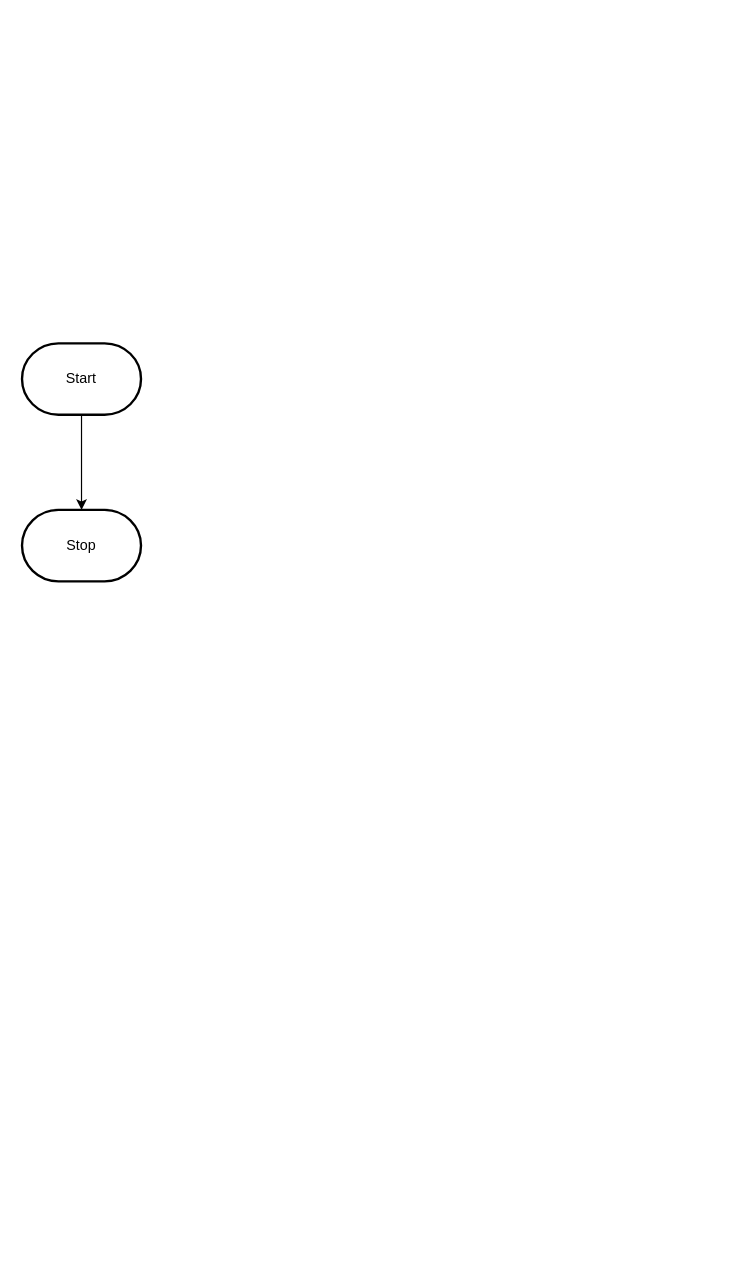
Above: design/flowchart.drawio in MTHS-ICD2O-1-2023/ICD2O-Assignment-06-tymofii-stepanov (draw.io), before the change. Source tidied: cells renumbered, new cells numbered last; positions are measured from the earlier drawing's top-left corner, leaving out a move shared by most shapes. Both pictures are drawn from the tidied source at 119%, with x=0, y=0 at pixel (21, 343).
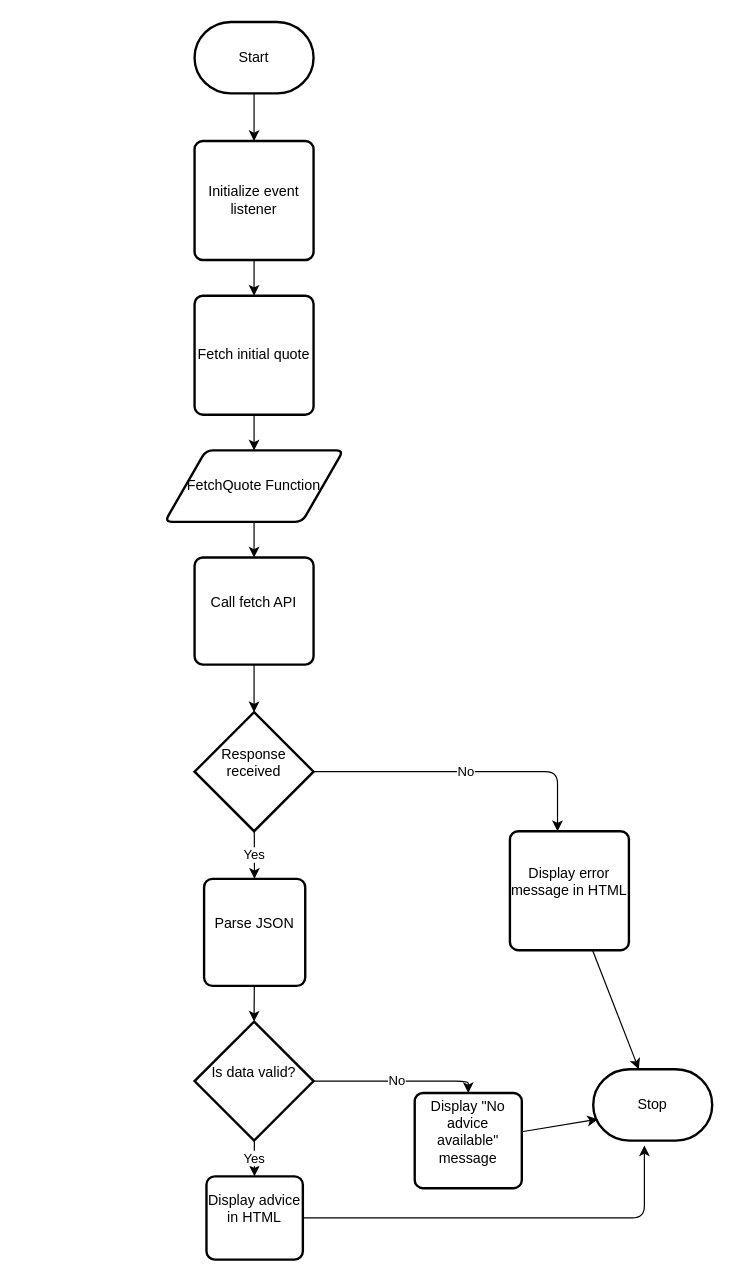
After the change.

The edit, as a diff of the source:
```diff
@@
-    <mxCell id="2" style="edgeStyle=orthogonalEdgeStyle;html=1;rounded=0;" parent="1" edge="1" source="3" target="4">
-      <mxGeometry relative="1" as="geometry" />
-    </mxCell>
+    <mxCell id="5" style="edgeStyle=none;html=1;" parent="1" edge="1" source="3" target="2">
+      <mxGeometry relative="1" as="geometry" />
+    </mxCell>
     <mxCell id="3" value="Start" style="strokeWidth=2;html=1;shape=mxgraph.flowchart.terminator;whiteSpace=wrap;" parent="1" vertex="1">
-      <mxGeometry width="100" height="60" as="geometry" />
+      <mxGeometry x="145" y="-270" width="100" height="60" as="geometry" />
     </mxCell>
     <mxCell id="4" value="Stop" style="strokeWidth=2;html=1;shape=mxgraph.flowchart.terminator;whiteSpace=wrap;" parent="1" vertex="1">
-      <mxGeometry y="140" width="100" height="60" as="geometry" />
+      <mxGeometry x="480" y="610" width="100" height="60" as="geometry" />
     </mxCell>
+    <mxCell id="6" style="edgeStyle=none;html=1;" parent="1" edge="1" source="2" target="8">
+      <mxGeometry relative="1" as="geometry" />
+    </mxCell>
+    <mxCell id="2" value="Initialize event listener" style="rounded=1;whiteSpace=wrap;html=1;absoluteArcSize=1;arcSize=14;strokeWidth=2;" parent="1" vertex="1">
+      <mxGeometry x="145" y="-170" width="100" height="100" as="geometry" />
+    </mxCell>
+    <mxCell id="7" style="edgeStyle=none;html=1;entryX=0.5;entryY=0;entryDx=0;entryDy=0;" parent="1" edge="1" source="8" target="10">
+      <mxGeometry relative="1" as="geometry" />
+    </mxCell>
+    <mxCell id="8" value="Fetch initial quote" style="rounded=1;whiteSpace=wrap;html=1;absoluteArcSize=1;arcSize=14;strokeWidth=2;" parent="1" vertex="1">
+      <mxGeometry x="145" y="-40" width="100" height="100" as="geometry" />
+    </mxCell>
+    <mxCell id="9" style="edgeStyle=none;html=1;entryX=0.5;entryY=0;entryDx=0;entryDy=0;" parent="1" edge="1" source="10" target="12">
+      <mxGeometry relative="1" as="geometry" />
+    </mxCell>
+    <mxCell id="10" value="FetchQuote Function" style="shape=parallelogram;html=1;strokeWidth=2;perimeter=parallelogramPerimeter;whiteSpace=wrap;rounded=1;arcSize=12;size=0.23;" parent="1" vertex="1">
+      <mxGeometry x="120" y="90" width="150" height="60" as="geometry" />
+    </mxCell>
+    <mxCell id="11" style="edgeStyle=none;html=1;" parent="1" edge="1" source="12" target="15">
+      <mxGeometry relative="1" as="geometry" />
+    </mxCell>
+    <mxCell id="12" value="&#10;Call fetch API&#10;&#10;" style="rounded=1;whiteSpace=wrap;html=1;absoluteArcSize=1;arcSize=14;strokeWidth=2;" parent="1" vertex="1">
+      <mxGeometry x="145" y="180" width="100" height="90" as="geometry" />
+    </mxCell>
+    <mxCell id="13" value="Yes" style="edgeStyle=none;html=1;" parent="1" edge="1" source="15" target="17">
+      <mxGeometry relative="1" as="geometry" />
+    </mxCell>
+    <mxCell id="14" value="No" style="edgeStyle=orthogonalEdgeStyle;html=1;" parent="1" edge="1" source="15" target="26">
+      <mxGeometry relative="1" as="geometry">
+        <Array as="points">
+          <mxPoint x="450" y="360" />
+        </Array>
+      </mxGeometry>
+    </mxCell>
+    <mxCell id="15" value="&#10;Response received&#10;&#10;" style="strokeWidth=2;html=1;shape=mxgraph.flowchart.decision;whiteSpace=wrap;" parent="1" vertex="1">
+      <mxGeometry x="145" y="310" width="100" height="100" as="geometry" />
+    </mxCell>
+    <mxCell id="16" style="edgeStyle=none;html=1;entryX=0.5;entryY=0;entryDx=0;entryDy=0;entryPerimeter=0;" parent="1" edge="1" source="17" target="20">
+      <mxGeometry relative="1" as="geometry" />
+    </mxCell>
+    <mxCell id="17" value="&#10;Parse JSON&#10;&#10;" style="rounded=1;whiteSpace=wrap;html=1;absoluteArcSize=1;arcSize=14;strokeWidth=2;" parent="1" vertex="1">
+      <mxGeometry x="153" y="450" width="85" height="90" as="geometry" />
+    </mxCell>
+    <mxCell id="18" value="Yes" style="edgeStyle=none;html=1;" parent="1" edge="1" source="20" target="22">
+      <mxGeometry relative="1" as="geometry" />
+    </mxCell>
+    <mxCell id="19" value="No" style="edgeStyle=orthogonalEdgeStyle;html=1;entryX=0.5;entryY=0;entryDx=0;entryDy=0;" parent="1" edge="1" source="20" target="24">
+      <mxGeometry relative="1" as="geometry" />
+    </mxCell>
+    <mxCell id="20" value="&#10;Is data valid?&#10;&#10;" style="strokeWidth=2;html=1;shape=mxgraph.flowchart.decision;whiteSpace=wrap;" parent="1" vertex="1">
+      <mxGeometry x="145" y="570" width="100" height="100" as="geometry" />
+    </mxCell>
+    <mxCell id="21" style="edgeStyle=orthogonalEdgeStyle;html=1;entryX=0.43;entryY=1.067;entryDx=0;entryDy=0;entryPerimeter=0;" parent="1" edge="1" source="22" target="4">
+      <mxGeometry relative="1" as="geometry" />
+    </mxCell>
+    <mxCell id="22" value="&#10;Display advice in HTML&#10;&#10;" style="rounded=1;whiteSpace=wrap;html=1;absoluteArcSize=1;arcSize=14;strokeWidth=2;" parent="1" vertex="1">
+      <mxGeometry x="155" y="700" width="81" height="70" as="geometry" />
+    </mxCell>
+    <mxCell id="23" style="edgeStyle=none;html=1;entryX=0.04;entryY=0.7;entryDx=0;entryDy=0;entryPerimeter=0;" parent="1" edge="1" source="24" target="4">
+      <mxGeometry relative="1" as="geometry" />
+    </mxCell>
+    <mxCell id="24" value="&#10;Display &quot;No advice available&quot; message&#10;&#10;" style="rounded=1;whiteSpace=wrap;html=1;absoluteArcSize=1;arcSize=14;strokeWidth=2;" parent="1" vertex="1">
+      <mxGeometry x="330" y="630" width="90" height="80" as="geometry" />
+    </mxCell>
+    <mxCell id="25" style="html=1;" parent="1" edge="1" source="26" target="4">
+      <mxGeometry relative="1" as="geometry" />
+    </mxCell>
+    <mxCell id="26" value="&#10;Display error message in HTML&#10;&#10;" style="rounded=1;whiteSpace=wrap;html=1;absoluteArcSize=1;arcSize=14;strokeWidth=2;" parent="1" vertex="1">
+      <mxGeometry x="410" y="410" width="100" height="100" as="geometry" />
+    </mxCell>
```
